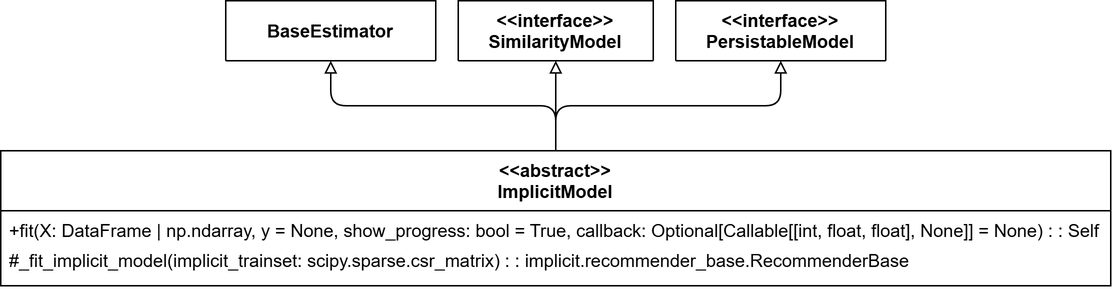
The draw.io diagram figures/UML/models/implicit_model.png in Lorenzo-Gardini/Thesis, before a commit. Source tidied: cells renumbered, new cells last; positions are measured from the earlier drawing's top-left corner, leaving out a move shared by most shapes.
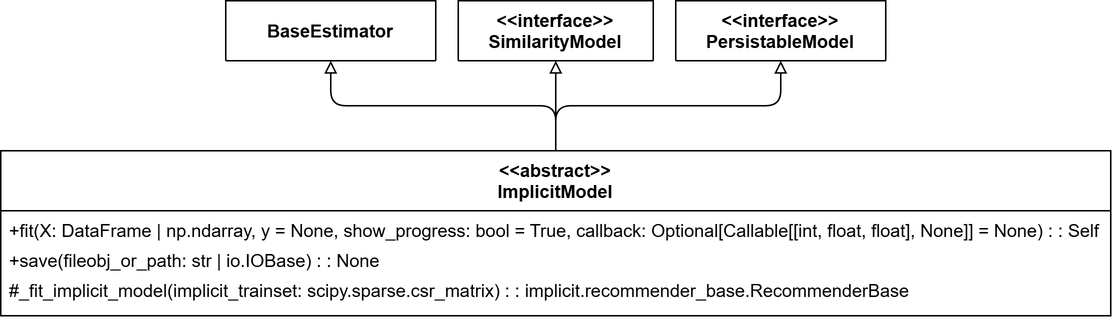
The same diagram one commit later.

Diff of the diagram source:
```diff
@@ -14,20 +14,23 @@
     <mxCell id="5" style="edgeStyle=orthogonalEdgeStyle;rounded=1;jettySize=auto;html=1;entryX=0.5;entryY=1;entryDx=0;entryDy=0;endArrow=block;endFill=0;curved=0;exitX=0.5;exitY=0;exitDx=0;exitDy=0;" parent="1" edge="1" source="7" target="2">
       <mxGeometry relative="1" as="geometry" />
     </mxCell>
-    <mxCell id="6" style="edgeStyle=orthogonalEdgeStyle;rounded=1;jettySize=auto;html=1;entryX=0.5;entryY=1;entryDx=0;entryDy=0;endArrow=block;endFill=0;curved=0;" parent="1" edge="1" source="7" target="10">
+    <mxCell id="6" style="edgeStyle=orthogonalEdgeStyle;rounded=1;jettySize=auto;html=1;entryX=0.5;entryY=1;entryDx=0;entryDy=0;endArrow=block;endFill=0;curved=0;" parent="1" edge="1" source="7" target="11">
       <mxGeometry relative="1" as="geometry" />
     </mxCell>
     <mxCell id="7" value="&lt;&lt;abstract&gt;&gt;&#10;ImplicitModel" style="swimlane;fontStyle=1;align=center;verticalAlign=top;horizontal=1;startSize=40;" parent="1" vertex="1">
-      <mxGeometry y="100" width="740" height="90" as="geometry" />
+      <mxGeometry y="100" width="740" height="110" as="geometry" />
     </mxCell>
     <mxCell id="8" value="+fit(X: DataFrame | np.ndarray, y = None, show_progress: bool = True, callback: Optional[Callable[[int, float, float], None]] = None) : : Self&#10;" style="text;strokeColor=none;fillColor=none;align=left;verticalAlign=top;spacingLeft=4;spacingRight=4;overflow=hidden;" parent="7" vertex="1">
       <mxGeometry y="40" width="740" height="20" as="geometry" />
     </mxCell>
-    <mxCell id="9" value="#_fit_implicit_model(implicit_trainset: scipy.sparse.csr_matrix) : : implicit.recommender_base.RecommenderBase" style="text;strokeColor=none;fillColor=none;align=left;verticalAlign=top;spacingLeft=4;spacingRight=4;overflow=hidden;fontStyle=0;fontFamily=Helvetica;" parent="7" vertex="1">
-      <mxGeometry y="60" width="740" height="30" as="geometry" />
+    <mxCell id="9" value="+save(fileobj_or_path: str | io.IOBase) : : None" style="text;strokeColor=none;fillColor=none;align=left;verticalAlign=top;spacingLeft=4;spacingRight=4;overflow=hidden;" parent="7" vertex="1">
+      <mxGeometry y="60" width="740" height="20" as="geometry" />
     </mxCell>
-    <mxCell id="10" value="BaseEstimator" style="swimlane;fontStyle=1;align=center;verticalAlign=middle;horizontal=1;startSize=43;" parent="1" vertex="1">
-      <mxGeometry x="150" width="140" height="40" as="geometry" />
+    <mxCell id="10" value="#_fit_implicit_model(implicit_trainset: scipy.sparse.csr_matrix) : : implicit.recommender_base.RecommenderBase" style="text;strokeColor=none;fillColor=none;align=left;verticalAlign=top;spacingLeft=4;spacingRight=4;overflow=hidden;points=[[0,0.5],[1,0.5]];portConstraint=eastwest;fontStyle=0;fontFamily=Helvetica;" parent="7" vertex="1">
+      <mxGeometry y="80" width="740" height="30" as="geometry" />
     </mxCell>
+    <mxCell id="11" value="BaseEstimator" style="swimlane;fontStyle=1;align=center;verticalAlign=middle;horizontal=1;startSize=43;" parent="1" vertex="1">
+      <mxGeometry x="150" width="140" height="40" as="geometry" />
+    </mxCell>
   </root>
 </mxGraphModel>
```
